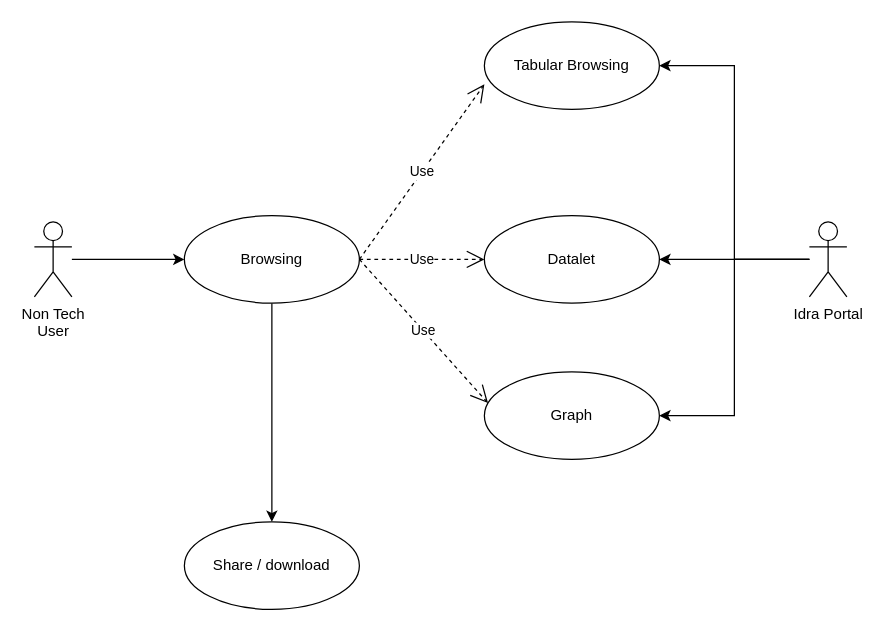
Before: Diagramma senza titolo.drawio in pafrance/Statistics-Contextualized, a draw.io diagram. Source tidied: cells renumbered, new cells numbered last; positions are measured from the earlier drawing's top-left corner, leaving out a move shared by most shapes. Both pictures are drawn from the tidied source at 125%, with x=0, y=0 at pixel (34, 21).
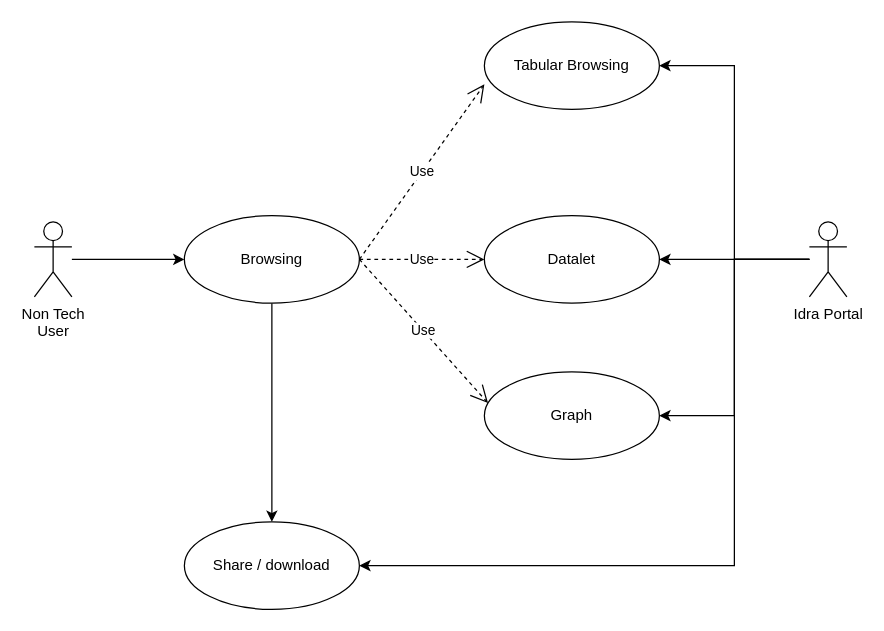
After the change.

Unchanged cells that the change refers to:
```xml
<mxCell id="15" value="Idra Portal" style="shape=umlActor;verticalLabelPosition=bottom;verticalAlign=top;html=1;" parent="1" vertex="1">
  <mxGeometry x="620" y="160" width="30" height="60" as="geometry" />
</mxCell>
<mxCell id="16" value="Share / download" style="ellipse;whiteSpace=wrap;html=1;" parent="1" vertex="1">
  <mxGeometry x="120" y="400" width="140" height="70" as="geometry" />
</mxCell>
```

What changed in the source:
```diff
@@
+    <mxCell id="17" style="edgeStyle=orthogonalEdgeStyle;rounded=0;jettySize=auto;html=1;entryX=1;entryY=0.5;entryDx=0;entryDy=0;" parent="1" edge="1" source="15" target="16">
+      <mxGeometry relative="1" as="geometry">
+        <Array as="points">
+          <mxPoint x="560" y="190" />
+          <mxPoint x="560" y="435" />
+        </Array>
+      </mxGeometry>
+    </mxCell>
```
